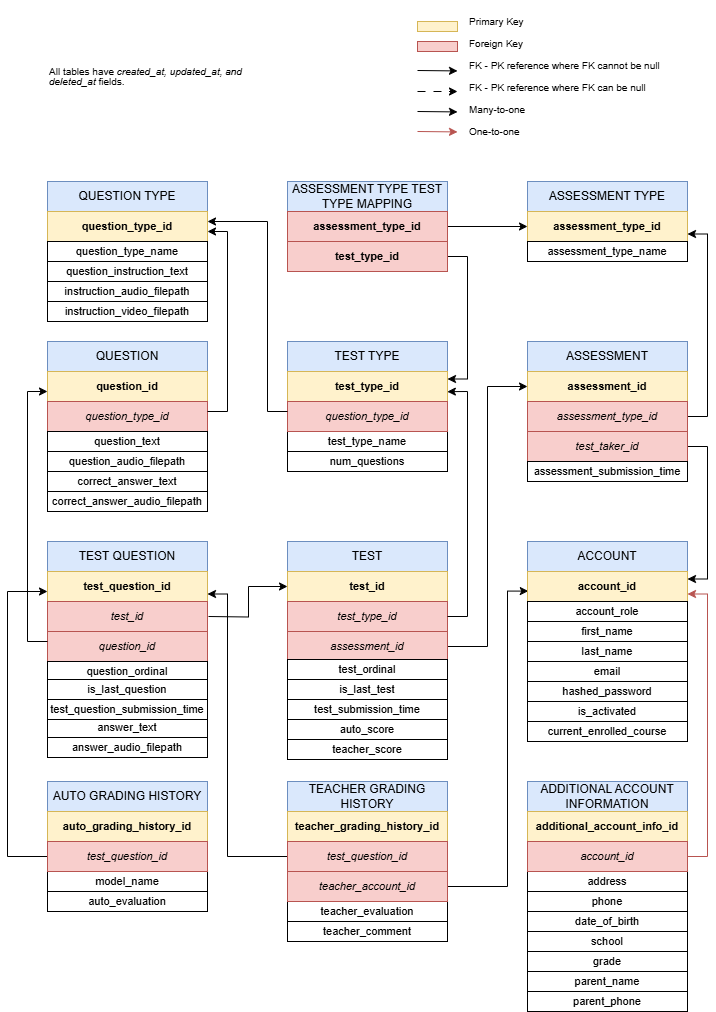
This is DB tables diagram.png from Halifax-Learning/documentation, a draw.io export, as it was before one commit. Source tidied: cells renumbered, new cells last; positions are measured from the earlier drawing's top-left corner, leaving out a move shared by most shapes.
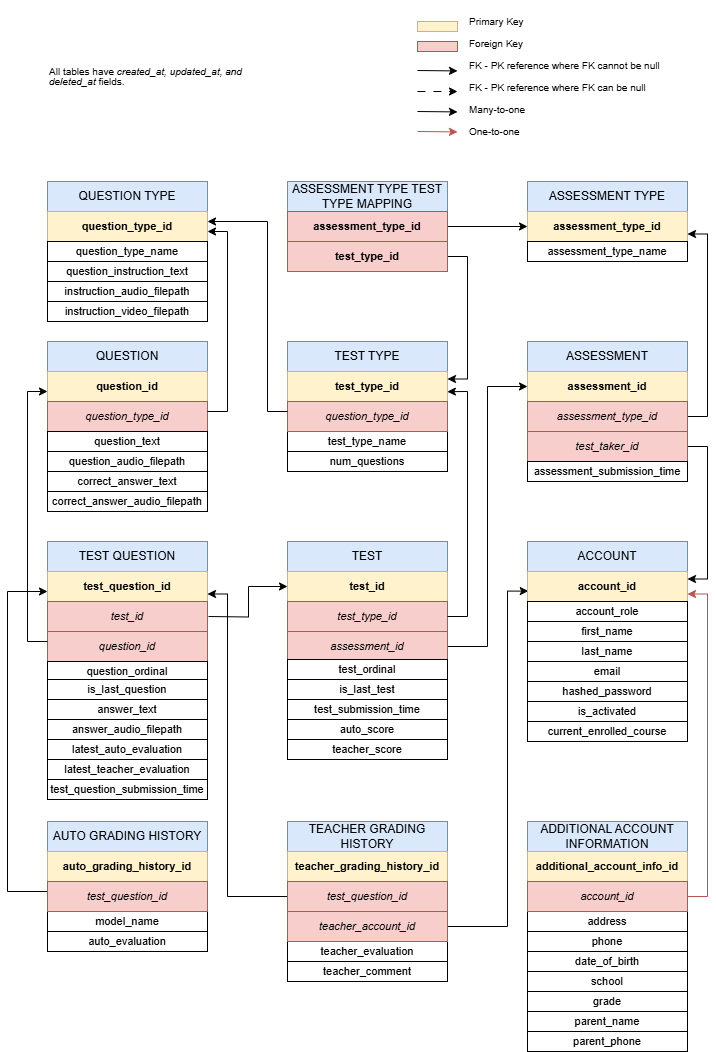
The same diagram one commit later.

Commit message:
update documentation for teacher's flow

What changed in the source:
```diff
@@ -53,21 +53,21 @@
       <mxGeometry x="40" y="620" width="160" height="30" as="geometry" />
     </mxCell>
     <mxCell id="18" value="answer_audio_filepath" style="rounded=0;whiteSpace=wrap;html=1;fontSize=11;" parent="1" vertex="1">
-      <mxGeometry x="40" y="726" width="160" height="20" as="geometry" />
+      <mxGeometry x="40" y="708" width="160" height="20" as="geometry" />
     </mxCell>
     <mxCell id="19" value="&lt;font style=&quot;font-size: 11px;&quot;&gt;teacher_evaluation&lt;/font&gt;" style="rounded=0;whiteSpace=wrap;html=1;fontSize=11;" parent="1" vertex="1">
-      <mxGeometry x="280" y="890" width="160" height="20" as="geometry" />
+      <mxGeometry x="280" y="930" width="160" height="20" as="geometry" />
     </mxCell>
     <mxCell id="20" style="edgeStyle=orthogonalEdgeStyle;rounded=0;jettySize=auto;html=1;exitX=1;exitY=0.5;exitDx=0;exitDy=0;entryX=0.005;entryY=0.653;entryDx=0;entryDy=0;entryPerimeter=0;" parent="1" edge="1" source="21" target="31">
       <mxGeometry relative="1" as="geometry">
         <Array as="points">
-          <mxPoint x="500" y="875" />
+          <mxPoint x="500" y="915" />
           <mxPoint x="500" y="580" />
         </Array>
       </mxGeometry>
     </mxCell>
     <mxCell id="21" value="&lt;span style=&quot;font-size: 11px;&quot;&gt;&lt;i&gt;teacher_account_id&lt;/i&gt;&lt;/span&gt;" style="rounded=0;whiteSpace=wrap;html=1;fontSize=11;fillColor=#f8cecc;strokeColor=#b85450;" parent="1" vertex="1">
-      <mxGeometry x="280" y="860" width="160" height="30" as="geometry" />
+      <mxGeometry x="280" y="900" width="160" height="30" as="geometry" />
     </mxCell>
     <mxCell id="22" value="TEST" style="rounded=0;whiteSpace=wrap;html=1;fillColor=#dae8fc;strokeColor=#6c8ebf;fontSize=12;" parent="1" vertex="1">
       <mxGeometry x="280" y="530" width="160" height="30" as="geometry" />
@@ -184,7 +184,7 @@
       <mxGeometry x="410" y="30" width="40" height="10" as="geometry" />
     </mxCell>
     <mxCell id="50" value="answer_text" style="rounded=0;whiteSpace=wrap;html=1;fontSize=11;" parent="1" vertex="1">
-      <mxGeometry x="40" y="706" width="160" height="20" as="geometry" />
+      <mxGeometry x="40" y="688" width="160" height="20" as="geometry" />
     </mxCell>
     <mxCell id="51" value="&lt;font style=&quot;font-size: 11px;&quot;&gt;correct_answer_audio_filepath&lt;/font&gt;" style="rounded=0;whiteSpace=wrap;html=1;fontSize=11;" parent="1" vertex="1">
       <mxGeometry x="40" y="480" width="160" height="20" as="geometry" />
@@ -233,88 +233,88 @@
       <mxGeometry x="520" y="360" width="160" height="30" as="geometry" />
     </mxCell>
     <mxCell id="64" value="&lt;font style=&quot;font-size: 12px;&quot;&gt;TEACHER GRADING HISTORY&lt;/font&gt;" style="rounded=0;whiteSpace=wrap;html=1;fillColor=#dae8fc;strokeColor=#6c8ebf;fontSize=12;" parent="1" vertex="1">
-      <mxGeometry x="280" y="770" width="160" height="30" as="geometry" />
+      <mxGeometry x="280" y="810" width="160" height="30" as="geometry" />
     </mxCell>
     <mxCell id="65" value="teacher_grading_history_id" style="rounded=0;whiteSpace=wrap;html=1;fontSize=11;fillColor=#fff2cc;strokeColor=#d6b656;fontStyle=1;" parent="1" vertex="1">
-      <mxGeometry x="280" y="800" width="160" height="30" as="geometry" />
+      <mxGeometry x="280" y="840" width="160" height="30" as="geometry" />
     </mxCell>
     <mxCell id="66" value="teacher_comment" style="rounded=0;whiteSpace=wrap;html=1;fontSize=11;" parent="1" vertex="1">
-      <mxGeometry x="280" y="910" width="160" height="20" as="geometry" />
+      <mxGeometry x="280" y="950" width="160" height="20" as="geometry" />
     </mxCell>
     <mxCell id="67" value="auto_evaluation" style="rounded=0;whiteSpace=wrap;html=1;fontSize=11;" parent="1" vertex="1">
-      <mxGeometry x="40" y="880" width="160" height="20" as="geometry" />
+      <mxGeometry x="40" y="920" width="160" height="20" as="geometry" />
     </mxCell>
     <mxCell id="68" value="model_name" style="rounded=0;whiteSpace=wrap;html=1;fontSize=11;" parent="1" vertex="1">
-      <mxGeometry x="40" y="860" width="160" height="20" as="geometry" />
+      <mxGeometry x="40" y="900" width="160" height="20" as="geometry" />
     </mxCell>
     <mxCell id="69" value="&lt;font style=&quot;font-size: 12px;&quot;&gt;AUTO GRADING HISTORY&lt;/font&gt;" style="rounded=0;whiteSpace=wrap;html=1;fillColor=#dae8fc;strokeColor=#6c8ebf;fontSize=12;" parent="1" vertex="1">
-      <mxGeometry x="40" y="770" width="160" height="30" as="geometry" />
+      <mxGeometry x="40" y="810" width="160" height="30" as="geometry" />
     </mxCell>
     <mxCell id="70" value="auto_grading_history_id" style="rounded=0;whiteSpace=wrap;html=1;fontSize=11;fillColor=#fff2cc;strokeColor=#d6b656;fontStyle=1;" parent="1" vertex="1">
-      <mxGeometry x="40" y="800" width="160" height="30" as="geometry" />
+      <mxGeometry x="40" y="840" width="160" height="30" as="geometry" />
     </mxCell>
     <mxCell id="71" value="&lt;p style=&quot;line-height: 160%;&quot;&gt;&lt;/p&gt;&lt;div style=&quot;font-size: 10px; line-height: 100%;&quot;&gt;All tables have &lt;i&gt;created_at, updated_at, and deleted_at&lt;/i&gt;&amp;nbsp;fields.&lt;/div&gt;&lt;p&gt;&lt;/p&gt;" style="text;html=1;align=left;verticalAlign=middle;whiteSpace=wrap;rounded=0;fontSize=10;spacing=2;spacingTop=0;spacingLeft=0;" parent="1" vertex="1">
       <mxGeometry x="40" y="50" width="220" height="30" as="geometry" />
     </mxCell>
     <mxCell id="72" value="ADDITIONAL ACCOUNT INFORMATION" style="rounded=0;whiteSpace=wrap;html=1;fillColor=#dae8fc;strokeColor=#6c8ebf;fontSize=12;" parent="1" vertex="1">
-      <mxGeometry x="520" y="770" width="160" height="30" as="geometry" />
+      <mxGeometry x="520" y="810" width="160" height="30" as="geometry" />
     </mxCell>
     <mxCell id="73" value="&lt;b&gt;additional_account_info_id&lt;/b&gt;" style="rounded=0;whiteSpace=wrap;html=1;fontSize=11;fillColor=#fff2cc;strokeColor=#d6b656;" parent="1" vertex="1">
-      <mxGeometry x="520" y="800" width="160" height="30" as="geometry" />
+      <mxGeometry x="520" y="840" width="160" height="30" as="geometry" />
     </mxCell>
     <mxCell id="74" value="&lt;span style=&quot;font-size: 11px;&quot;&gt;address&lt;/span&gt;" style="rounded=0;whiteSpace=wrap;html=1;fontSize=11;fontStyle=0;" parent="1" vertex="1">
-      <mxGeometry x="520" y="860" width="160" height="20" as="geometry" />
+      <mxGeometry x="520" y="900" width="160" height="20" as="geometry" />
     </mxCell>
     <mxCell id="75" value="current_enrolled_course" style="rounded=0;whiteSpace=wrap;html=1;fontSize=11;" parent="1" vertex="1">
       <mxGeometry x="520" y="710" width="160" height="20" as="geometry" />
     </mxCell>
     <mxCell id="76" value="&lt;span style=&quot;font-size: 11px;&quot;&gt;phone&lt;/span&gt;" style="rounded=0;whiteSpace=wrap;html=1;fontSize=11;fontStyle=0;" parent="1" vertex="1">
-      <mxGeometry x="520" y="880" width="160" height="20" as="geometry" />
+      <mxGeometry x="520" y="920" width="160" height="20" as="geometry" />
     </mxCell>
     <mxCell id="77" value="date_of_birth" style="rounded=0;whiteSpace=wrap;html=1;fontSize=11;fontStyle=0;" parent="1" vertex="1">
-      <mxGeometry x="520" y="900" width="160" height="20" as="geometry" />
+      <mxGeometry x="520" y="940" width="160" height="20" as="geometry" />
     </mxCell>
     <mxCell id="78" value="school" style="rounded=0;whiteSpace=wrap;html=1;fontSize=11;fontStyle=0;" parent="1" vertex="1">
-      <mxGeometry x="520" y="920" width="160" height="20" as="geometry" />
+      <mxGeometry x="520" y="960" width="160" height="20" as="geometry" />
     </mxCell>
     <mxCell id="79" value="grade" style="rounded=0;whiteSpace=wrap;html=1;fontSize=11;fontStyle=0;" parent="1" vertex="1">
-      <mxGeometry x="520" y="940" width="160" height="20" as="geometry" />
+      <mxGeometry x="520" y="980" width="160" height="20" as="geometry" />
     </mxCell>
     <mxCell id="80" value="parent_name" style="rounded=0;whiteSpace=wrap;html=1;fontSize=11;fontStyle=0;" parent="1" vertex="1">
-      <mxGeometry x="520" y="960" width="160" height="20" as="geometry" />
+      <mxGeometry x="520" y="1000" width="160" height="20" as="geometry" />
     </mxCell>
     <mxCell id="81" value="parent_phone" style="rounded=0;whiteSpace=wrap;html=1;fontSize=11;fontStyle=0;" parent="1" vertex="1">
-      <mxGeometry x="520" y="980" width="160" height="20" as="geometry" />
+      <mxGeometry x="520" y="1020" width="160" height="20" as="geometry" />
     </mxCell>
     <mxCell id="82" style="edgeStyle=orthogonalEdgeStyle;rounded=0;jettySize=auto;html=1;exitX=1;exitY=0.5;exitDx=0;exitDy=0;entryX=1;entryY=0.75;entryDx=0;entryDy=0;fillColor=#f8cecc;strokeColor=#b85450;" parent="1" edge="1" source="83" target="31">
       <mxGeometry relative="1" as="geometry" />
     </mxCell>
     <mxCell id="83" value="&lt;span style=&quot;font-weight: normal;&quot;&gt;&lt;i&gt;account_id&lt;/i&gt;&lt;/span&gt;" style="rounded=0;whiteSpace=wrap;html=1;fontSize=11;fillColor=#f8cecc;strokeColor=#b85450;fontStyle=1;" parent="1" vertex="1">
-      <mxGeometry x="520" y="830" width="160" height="30" as="geometry" />
+      <mxGeometry x="520" y="870" width="160" height="30" as="geometry" />
     </mxCell>
     <mxCell id="84" style="edgeStyle=orthogonalEdgeStyle;rounded=0;jettySize=auto;html=1;exitX=0;exitY=0.5;exitDx=0;exitDy=0;" parent="1" edge="1" source="85">
       <mxGeometry relative="1" as="geometry">
         <mxPoint x="40" y="580" as="targetPoint" />
         <Array as="points">
-          <mxPoint y="845" />
+          <mxPoint x="40" y="880" />
+          <mxPoint y="880" />
           <mxPoint y="580" />
-          <mxPoint x="40" y="580" />
         </Array>
       </mxGeometry>
     </mxCell>
     <mxCell id="85" value="&lt;i style=&quot;font-size: 11px;&quot;&gt;test_question_id&lt;/i&gt;" style="rounded=0;whiteSpace=wrap;html=1;fontSize=11;fillColor=#f8cecc;strokeColor=#b85450;" parent="1" vertex="1">
-      <mxGeometry x="40" y="830" width="160" height="30" as="geometry" />
+      <mxGeometry x="40" y="870" width="160" height="30" as="geometry" />
     </mxCell>
     <mxCell id="86" style="edgeStyle=orthogonalEdgeStyle;rounded=0;jettySize=auto;html=1;exitX=0;exitY=0.5;exitDx=0;exitDy=0;entryX=1;entryY=0.75;entryDx=0;entryDy=0;" parent="1" edge="1" source="87" target="14">
       <mxGeometry relative="1" as="geometry">
         <Array as="points">
-          <mxPoint x="220" y="845" />
-          <mxPoint x="220" y="582" />
+          <mxPoint x="220" y="885" />
+          <mxPoint x="220" y="583" />
         </Array>
       </mxGeometry>
     </mxCell>
     <mxCell id="87" value="&lt;i style=&quot;font-size: 11px;&quot;&gt;test_question_id&lt;/i&gt;" style="rounded=0;whiteSpace=wrap;html=1;fontSize=11;fillColor=#f8cecc;strokeColor=#b85450;" parent="1" vertex="1">
-      <mxGeometry x="280" y="830" width="160" height="30" as="geometry" />
+      <mxGeometry x="280" y="870" width="160" height="30" as="geometry" />
     </mxCell>
     <mxCell id="88" style="edgeStyle=orthogonalEdgeStyle;rounded=0;jettySize=auto;html=1;exitX=1;exitY=0.5;exitDx=0;exitDy=0;entryX=1;entryY=0.75;entryDx=0;entryDy=0;" parent="1" edge="1" source="89" target="55">
       <mxGeometry relative="1" as="geometry" />
@@ -353,7 +353,7 @@
       <mxGeometry x="280" y="728" width="160" height="20" as="geometry" />
     </mxCell>
     <mxCell id="98" value="test_question_submission_time" style="rounded=0;whiteSpace=wrap;html=1;fontSize=11;" parent="1" vertex="1">
-      <mxGeometry x="40" y="688" width="160" height="20" as="geometry" />
+      <mxGeometry x="40" y="768" width="160" height="20" as="geometry" />
     </mxCell>
     <mxCell id="99" value="is_last_test" style="rounded=0;whiteSpace=wrap;html=1;fontSize=11;" parent="1" vertex="1">
       <mxGeometry x="280" y="668" width="160" height="20" as="geometry" />
@@ -361,5 +361,11 @@
     <mxCell id="100" value="is_last_question" style="rounded=0;whiteSpace=wrap;html=1;fontSize=11;" parent="1" vertex="1">
       <mxGeometry x="40" y="668" width="160" height="20" as="geometry" />
     </mxCell>
+    <mxCell id="101" value="latest_auto_evaluation" style="rounded=0;whiteSpace=wrap;html=1;fontSize=11;" parent="1" vertex="1">
+      <mxGeometry x="40" y="728" width="160" height="20" as="geometry" />
+    </mxCell>
+    <mxCell id="102" value="&lt;font style=&quot;font-size: 11px;&quot;&gt;latest_teacher_evaluation&lt;/font&gt;" style="rounded=0;whiteSpace=wrap;html=1;fontSize=11;" parent="1" vertex="1">
+      <mxGeometry x="40" y="748" width="160" height="20" as="geometry" />
+    </mxCell>
   </root>
 </mxGraphModel>
```
